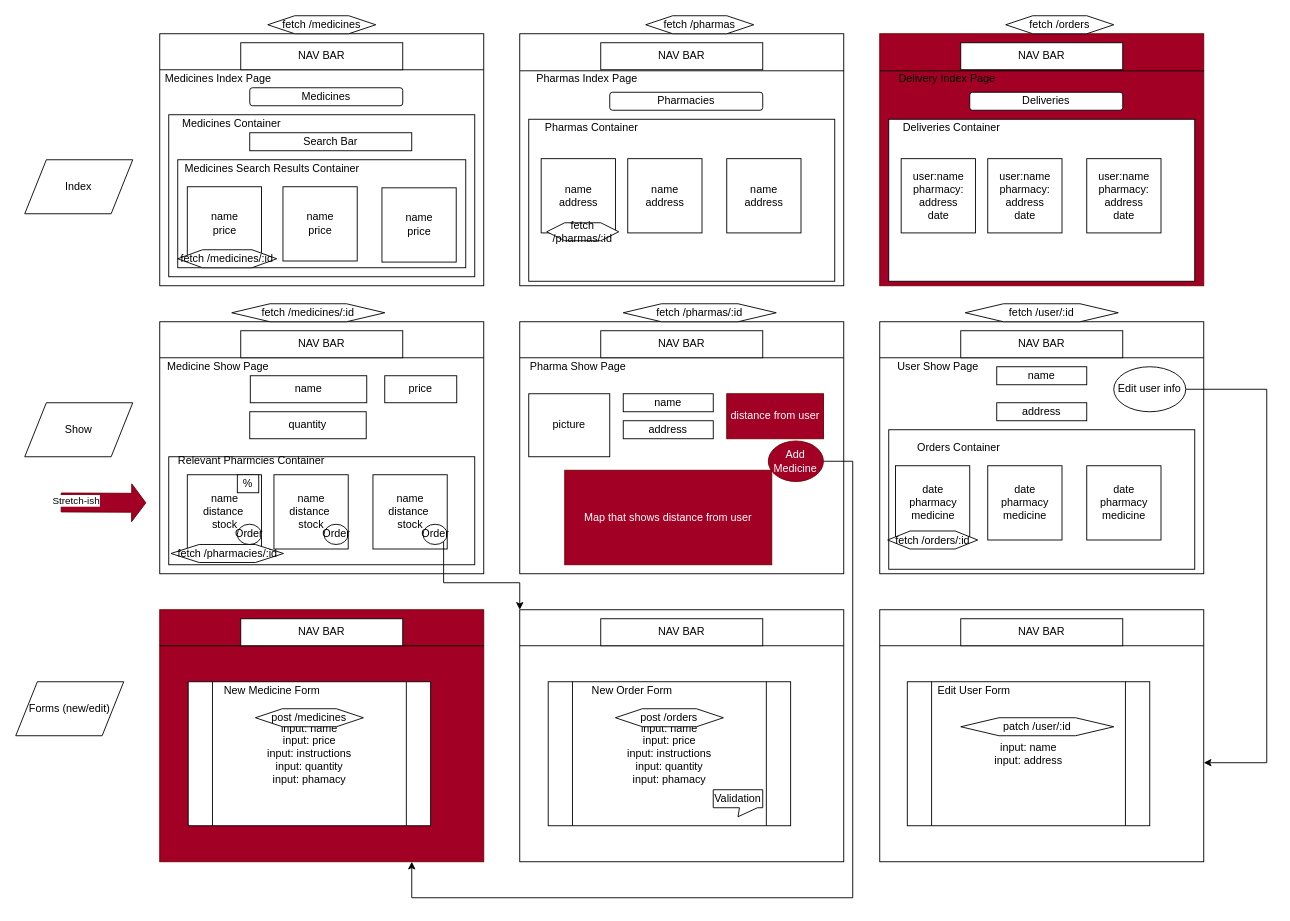
The draw.io diagram wireframe.drawio in gbenga/mod5-project, before the edit. Source tidied: cells renumbered, new cells numbered last; positions are measured from the earlier drawing's top-left corner, leaving out a move shared by most shapes. Both pictures are drawn from the tidied source at 90%, with x=0, y=0 at pixel (15, 15).
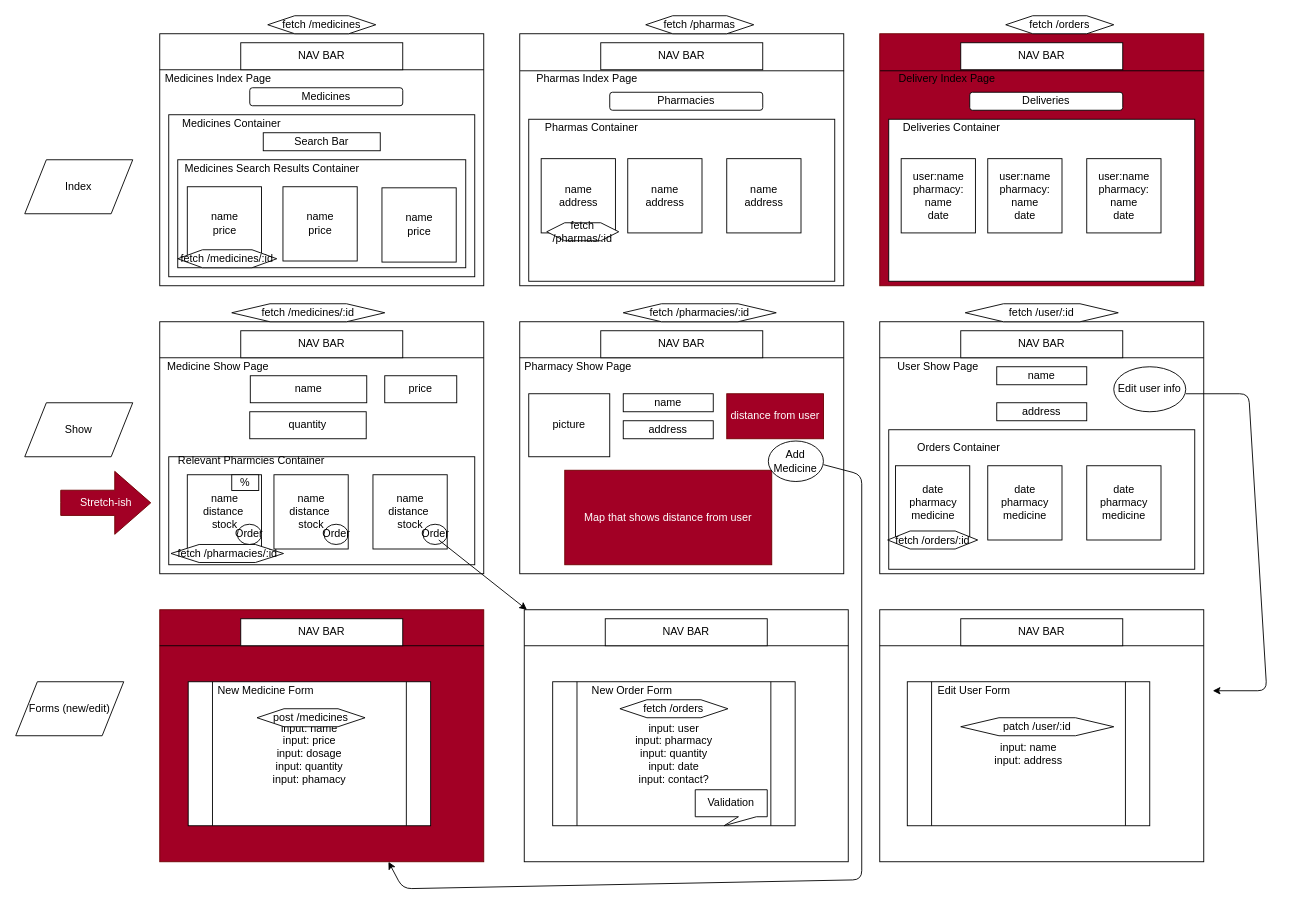
After the change.

Commit message (it also covers changes not shown here):
Add basic sign in, with user details stored in App state when correctly authenticated

Unchanged cells that the change refers to:
```xml
<mxCell id="2" style="rounded=0;whiteSpace=wrap;html=1;" parent="1" vertex="1">
  <mxGeometry x="960" y="660" width="360" height="280" as="geometry" />
</mxCell>
<mxCell id="10" style="rounded=0;whiteSpace=wrap;html=1;fillColor=#a20025;strokeColor=#6F0000;fontColor=#ffffff;" parent="1" vertex="1">
  <mxGeometry x="160" y="660" width="360" height="280" as="geometry" />
</mxCell>
<mxCell id="70" value="Order" style="ellipse;whiteSpace=wrap;html=1;" parent="1" vertex="1">
  <mxGeometry x="452.5" y="565" width="26.9" height="22.5" as="geometry" />
</mxCell>
<mxCell id="87" value="Edit user info" style="ellipse;whiteSpace=wrap;html=1;" parent="1" vertex="1">
  <mxGeometry x="1220" y="390" width="80" height="50" as="geometry" />
</mxCell>
```

Change to the diagram source:
```diff
@@
-    <mxCell id="18" value="Pharma Show Page" style="text;html=1;strokeColor=none;fillColor=none;align=center;verticalAlign=middle;whiteSpace=wrap;rounded=0;" parent="1" vertex="1">
+    <mxCell id="18" value="Pharmacy Show Page" style="text;html=1;strokeColor=none;fillColor=none;align=center;verticalAlign=middle;whiteSpace=wrap;rounded=0;" parent="1" vertex="1">
       <mxGeometry x="560" y="380" width="130" height="20" as="geometry" />
     </mxCell>
@@
-    <mxCell id="32" value="fetch /pharmas/:id" style="shape=hexagon;perimeter=hexagonPerimeter2;whiteSpace=wrap;html=1;" parent="1" vertex="1">
+    <mxCell id="32" value="fetch /pharmacies/:id" style="shape=hexagon;perimeter=hexagonPerimeter2;whiteSpace=wrap;html=1;" parent="1" vertex="1">
       <mxGeometry x="675" y="320" width="170" height="20" as="geometry" />
     </mxCell>
@@
-    <mxCell id="55" value="user:name&lt;br&gt;pharmacy: address&lt;br&gt;date" style="whiteSpace=wrap;html=1;" parent="1" vertex="1">
+    <mxCell id="55" value="user:name&lt;br&gt;pharmacy: name&lt;br&gt;date" style="whiteSpace=wrap;html=1;" parent="1" vertex="1">
       <mxGeometry x="983.8" y="158.8" width="82.5" height="82.5" as="geometry" />
     </mxCell>
@@
-    <mxCell id="57" value="user:name&lt;br&gt;pharmacy: address&lt;br&gt;date" style="whiteSpace=wrap;html=1;" parent="1" vertex="1">
+    <mxCell id="57" value="user:name&lt;br&gt;pharmacy: name&lt;br&gt;date" style="whiteSpace=wrap;html=1;" parent="1" vertex="1">
       <mxGeometry x="1080" y="158.8" width="82.5" height="82.5" as="geometry" />
     </mxCell>
-    <mxCell id="58" value="user:name&lt;br&gt;pharmacy: address&lt;br&gt;date" style="whiteSpace=wrap;html=1;" parent="1" vertex="1">
+    <mxCell id="58" value="user:name&lt;br&gt;pharmacy: name&lt;br&gt;date" style="whiteSpace=wrap;html=1;" parent="1" vertex="1">
       <mxGeometry x="1190" y="158.8" width="82.5" height="82.5" as="geometry" />
     </mxCell>
@@
-    <mxCell id="69" style="edgeStyle=orthogonalEdgeStyle;rounded=0;jettySize=auto;html=1;exitX=1;exitY=1;exitDx=0;exitDy=0;entryX=0;entryY=0;entryDx=0;entryDy=0;" parent="1" edge="1" source="70" target="102">
-      <mxGeometry relative="1" as="geometry">
-        <Array as="points">
-          <mxPoint x="475" y="630" />
-          <mxPoint x="560" y="630" />
-        </Array>
-      </mxGeometry>
-    </mxCell>
@@
-    <mxCell id="86" style="edgeStyle=orthogonalEdgeStyle;rounded=0;jettySize=auto;html=1;exitX=1;exitY=0.5;exitDx=0;exitDy=0;entryX=1;entryY=0.607;entryDx=0;entryDy=0;entryPerimeter=0;" parent="1" edge="1" source="87" target="2">
-      <mxGeometry relative="1" as="geometry">
-        <Array as="points">
-          <mxPoint x="1390" y="415" />
-          <mxPoint x="1390" y="830" />
-        </Array>
-      </mxGeometry>
-    </mxCell>
@@
-    <mxCell id="91" style="edgeStyle=orthogonalEdgeStyle;rounded=0;jettySize=auto;html=1;exitX=1;exitY=0.5;exitDx=0;exitDy=0;" parent="1" edge="1" source="92" target="10">
-      <mxGeometry relative="1" as="geometry">
-        <Array as="points">
-          <mxPoint x="930" y="495" />
-          <mxPoint x="930" y="980" />
-          <mxPoint x="440" y="980" />
-        </Array>
-      </mxGeometry>
-    </mxCell>
-    <mxCell id="92" value="Add Medicine" style="ellipse;whiteSpace=wrap;html=1;fillColor=#a20025;strokeColor=#6F0000;fontColor=#ffffff;" parent="1" vertex="1">
+    <mxCell id="92" value="Add Medicine" style="ellipse;whiteSpace=wrap;html=1;" parent="1" vertex="1">
       <mxGeometry x="836.2" y="472.5" width="61.2" height="45" as="geometry" />
     </mxCell>
-    <mxCell id="93" value="input: name&lt;br&gt;input: price&lt;br&gt;input: instructions&lt;br&gt;input: quantity&lt;br&gt;input: phamacy" style="shape=process;whiteSpace=wrap;html=1;backgroundOutline=1;" parent="1" vertex="1">
+    <mxCell id="93" value="input: name&lt;br&gt;input: price&lt;br&gt;input: dosage&lt;br&gt;input: quantity&lt;br&gt;input: phamacy" style="shape=process;whiteSpace=wrap;html=1;backgroundOutline=1;" parent="1" vertex="1">
       <mxGeometry x="191.6" y="740" width="269.4" height="160" as="geometry" />
     </mxCell>
     <mxCell id="94" value="post /medicines" style="shape=hexagon;perimeter=hexagonPerimeter2;whiteSpace=wrap;html=1;" parent="1" vertex="1">
-      <mxGeometry x="266.3" y="770" width="120" height="20" as="geometry" />
+      <mxGeometry x="268.1" y="770" width="120" height="20" as="geometry" />
     </mxCell>
@@
+    <mxCell id="111" value="Search Bar" style="rounded=0;whiteSpace=wrap;html=1;" parent="1" vertex="1">
+      <mxGeometry x="275" y="130" width="130" height="20" as="geometry" />
+    </mxCell>
+    <mxCell id="112" style="rounded=0;whiteSpace=wrap;html=1;" parent="1" vertex="1">
+      <mxGeometry x="565" y="660" width="360" height="280" as="geometry" />
+    </mxCell>
+    <mxCell id="113" style="endArrow=none;html=1;exitX=0.001;exitY=0.147;exitDx=0;exitDy=0;exitPerimeter=0;entryX=1.001;entryY=0.147;entryDx=0;entryDy=0;entryPerimeter=0;" parent="1" edge="1">
+      <mxGeometry relative="1" as="geometry">
+        <mxPoint x="565" y="700" as="sourcePoint" />
+        <mxPoint x="925" y="700" as="targetPoint" />
+      </mxGeometry>
+    </mxCell>
+    <mxCell id="104" value="NAV BAR" style="rounded=0;whiteSpace=wrap;html=1;" parent="1" vertex="1">
+      <mxGeometry x="655" y="670" width="180" height="30" as="geometry" />
+    </mxCell>
+    <mxCell id="114" value="input: user&lt;br&gt;input: pharmacy&lt;br&gt;input: quantity&lt;br&gt;input: date&lt;br&gt;input: contact?" style="shape=process;whiteSpace=wrap;html=1;backgroundOutline=1;" parent="1" vertex="1">
+      <mxGeometry x="596.6" y="740" width="269.4" height="160" as="geometry" />
+    </mxCell>
+    <mxCell id="115" value="fetch /orders" style="shape=hexagon;perimeter=hexagonPerimeter2;whiteSpace=wrap;html=1;" parent="1" vertex="1">
+      <mxGeometry x="671.3" y="760" width="120" height="20" as="geometry" />
+    </mxCell>
+    <mxCell id="116" style="endArrow=classic;html=1;" parent="1" edge="1" target="112">
+      <mxGeometry relative="1" as="geometry">
+        <mxPoint x="470" y="582.5" as="sourcePoint" />
+      </mxGeometry>
+    </mxCell>
+    <mxCell id="108" value="Validation" style="shape=callout;whiteSpace=wrap;html=1;perimeter=calloutPerimeter;position2=0.4;size=10;position=0.6;" parent="1" vertex="1">
+      <mxGeometry x="755" y="860" width="80" height="40" as="geometry" />
+    </mxCell>
+    <mxCell id="100" value="%" style="rounded=0;whiteSpace=wrap;html=1;" parent="1" vertex="1">
+      <mxGeometry x="240" y="510" width="30" height="17.5" as="geometry" />
+    </mxCell>
+    <mxCell id="117" style="endArrow=classic;html=1;" parent="1" edge="1" target="10">
+      <mxGeometry relative="1" as="geometry">
+        <mxPoint x="897.5" y="498.8" as="sourcePoint" />
+        <Array as="points">
+          <mxPoint x="940" y="510" />
+          <mxPoint x="940" y="960" />
+          <mxPoint x="430" y="970" />
+        </Array>
+      </mxGeometry>
+    </mxCell>
+    <mxCell id="118" style="endArrow=classic;html=1;" parent="1" edge="1">
+      <mxGeometry relative="1" as="geometry">
+        <mxPoint x="1300" y="420" as="sourcePoint" />
+        <mxPoint x="1330" y="750" as="targetPoint" />
+        <Array as="points">
+          <mxPoint x="1370" y="420" />
+          <mxPoint x="1390" y="750" />
+        </Array>
+      </mxGeometry>
+    </mxCell>
+    <mxCell id="101" value="New Medicine Form" style="text;html=1;strokeColor=none;fillColor=none;align=center;verticalAlign=middle;whiteSpace=wrap;rounded=0;" parent="1" vertex="1">
+      <mxGeometry x="212.5" y="740" width="130" height="20" as="geometry" />
+    </mxCell>
+    <mxCell id="107" value="New Order Form" style="text;html=1;strokeColor=none;fillColor=none;align=center;verticalAlign=middle;whiteSpace=wrap;rounded=0;" parent="1" vertex="1">
+      <mxGeometry x="620" y="740" width="130" height="20" as="geometry" />
+    </mxCell>
-    <mxCell id="99" value="Search Bar" style="rounded=0;whiteSpace=wrap;html=1;" parent="1" vertex="1">
-      <mxGeometry x="260" y="130" width="180" height="20" as="geometry" />
+    <mxCell id="99" value="Stretch-ish" style="html=1;shadow=0;dashed=0;align=center;verticalAlign=middle;shape=mxgraph.arrows2.arrow;dy=0.6;dx=40;notch=0;fillColor=#a20025;strokeColor=#6F0000;fontColor=#ffffff;" parent="1" vertex="1">
+      <mxGeometry x="50" y="506.2" width="100" height="70" as="geometry" />
     </mxCell>
-    <mxCell id="100" value="%" style="rounded=0;whiteSpace=wrap;html=1;" parent="1" vertex="1">
-      <mxGeometry x="246.2" y="510" width="23.8" height="20" as="geometry" />
-    </mxCell>
-    <mxCell id="101" value="New Medicine Form" style="text;html=1;strokeColor=none;fillColor=none;align=center;verticalAlign=middle;whiteSpace=wrap;rounded=0;" parent="1" vertex="1">
-      <mxGeometry x="220" y="740" width="130" height="20" as="geometry" />
-    </mxCell>
-    <mxCell id="102" style="rounded=0;whiteSpace=wrap;html=1;" parent="1" vertex="1">
-      <mxGeometry x="560" y="660" width="360" height="280" as="geometry" />
-    </mxCell>
-    <mxCell id="103" style="endArrow=none;html=1;exitX=0.001;exitY=0.147;exitDx=0;exitDy=0;exitPerimeter=0;entryX=1.001;entryY=0.147;entryDx=0;entryDy=0;entryPerimeter=0;" parent="1" edge="1">
-      <mxGeometry relative="1" as="geometry">
-        <mxPoint x="560" y="700" as="sourcePoint" />
-        <mxPoint x="920" y="700" as="targetPoint" />
-      </mxGeometry>
-    </mxCell>
-    <mxCell id="104" value="NAV BAR" style="rounded=0;whiteSpace=wrap;html=1;" parent="1" vertex="1">
-      <mxGeometry x="650" y="670" width="180" height="30" as="geometry" />
-    </mxCell>
-    <mxCell id="105" value="input: name&lt;br&gt;input: price&lt;br&gt;input: instructions&lt;br&gt;input: quantity&lt;br&gt;input: phamacy" style="shape=process;whiteSpace=wrap;html=1;backgroundOutline=1;" parent="1" vertex="1">
-      <mxGeometry x="591.6" y="740" width="269.4" height="160" as="geometry" />
-    </mxCell>
-    <mxCell id="106" value="post /orders" style="shape=hexagon;perimeter=hexagonPerimeter2;whiteSpace=wrap;html=1;" parent="1" vertex="1">
-      <mxGeometry x="666.3" y="770" width="120" height="20" as="geometry" />
-    </mxCell>
-    <mxCell id="107" value="New Order Form" style="text;html=1;strokeColor=none;fillColor=none;align=center;verticalAlign=middle;whiteSpace=wrap;rounded=0;" parent="1" vertex="1">
-      <mxGeometry x="620" y="740" width="130" height="20" as="geometry" />
-    </mxCell>
-    <mxCell id="108" value="Validation" style="shape=callout;whiteSpace=wrap;html=1;perimeter=calloutPerimeter;size=10;position=0.53;" parent="1" vertex="1">
-      <mxGeometry x="775" y="860" width="55" height="30" as="geometry" />
-    </mxCell>
-    <mxCell id="109" style="shape=flexArrow;endArrow=classic;html=1;width=21;endSize=4.9;fillColor=#a20025;strokeColor=#6F0000;" parent="1" edge="1">
-      <mxGeometry relative="1" as="geometry">
-        <mxPoint x="50" y="540.8" as="sourcePoint" />
-        <mxPoint x="145" y="541.2" as="targetPoint" />
-      </mxGeometry>
-    </mxCell>
-    <mxCell id="110" value="Stretch-ish" style="edgeLabel;html=1;align=center;verticalAlign=middle;" parent="109" vertex="1">
-      <mxGeometry x="-0.66" y="2" relative="1" as="geometry" />
-    </mxCell>
```
